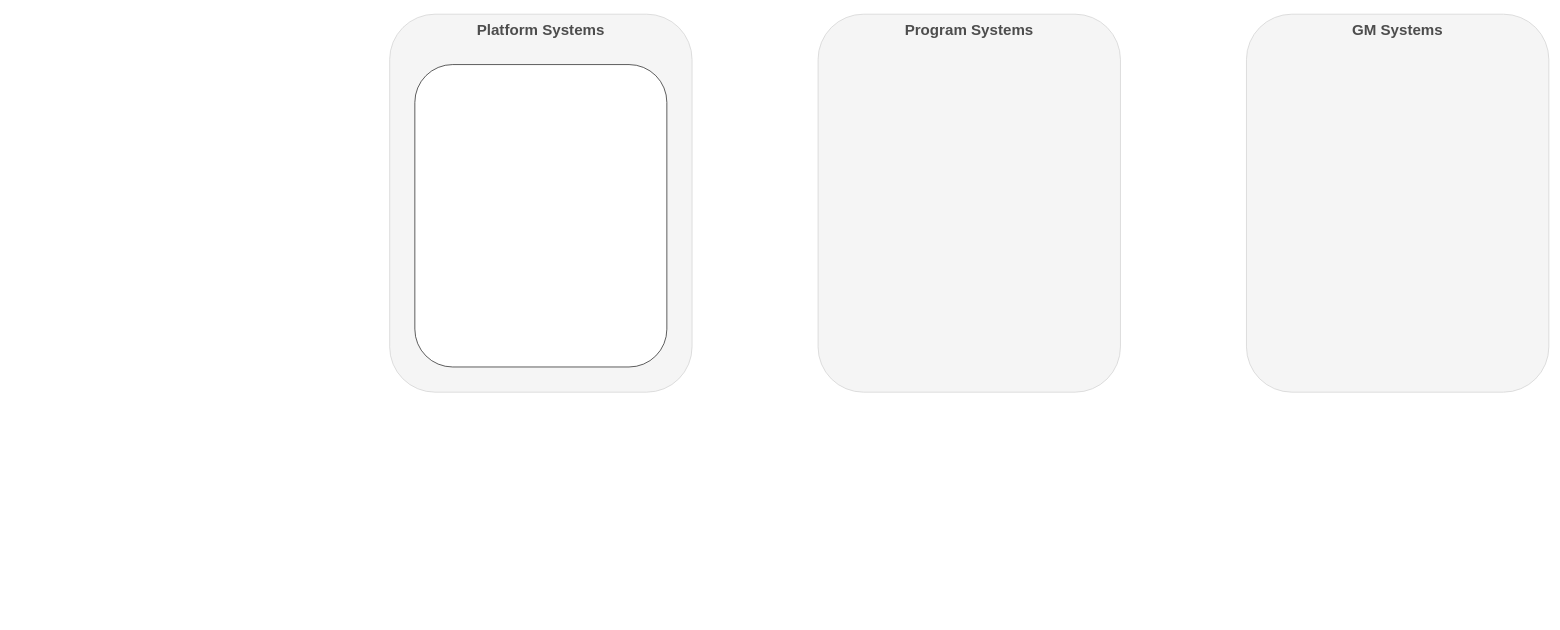
This is platform-iframe-hld.drawio from ssharifdev/draw.io, a draw.io file, before an edit. Source tidied: cells renumbered, new cells numbered last; positions are measured from the earlier drawing's top-left corner, leaving out a move shared by most shapes. Both pictures are drawn from the tidied source at 63%, with x=0, y=0 at pixel (389, 14).
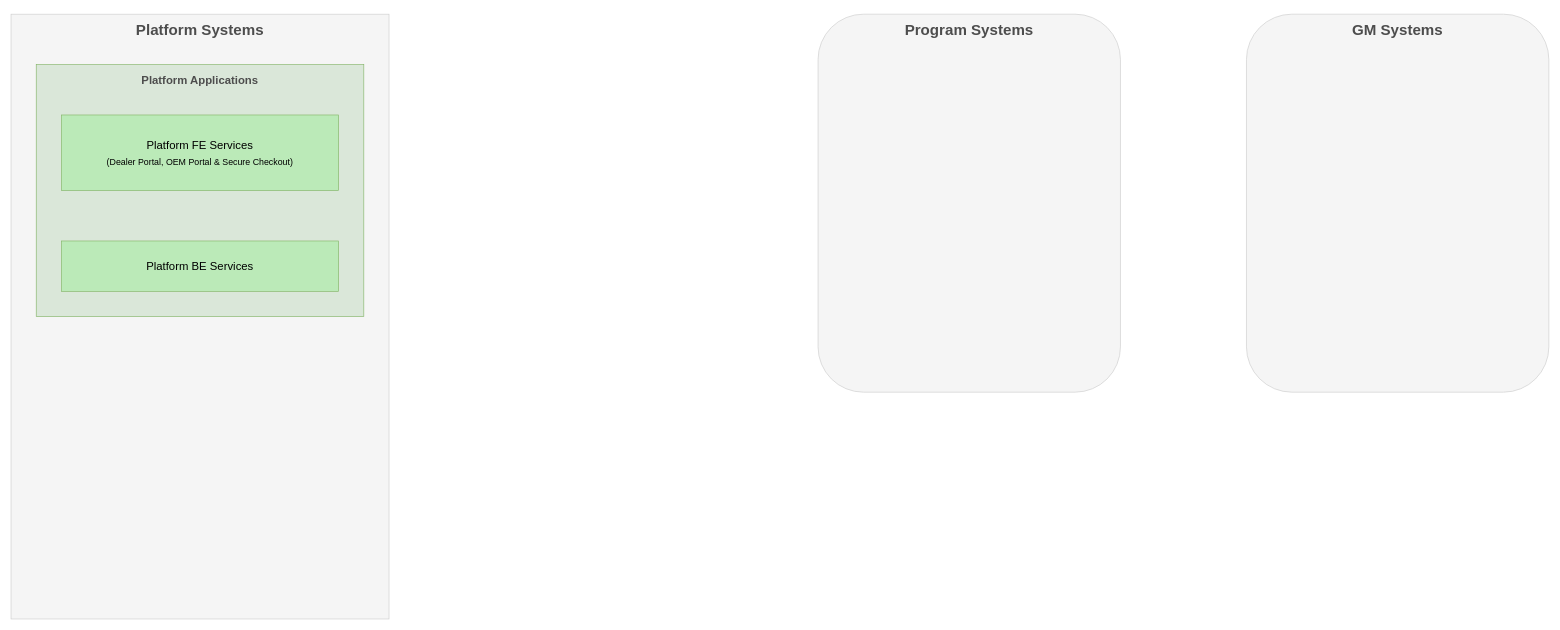
The same page after the edit.

Change to the diagram source:
```diff
@@
 <mxGraphModel>
   <root>
     <mxCell id="0" />
     <mxCell id="1" parent="0" />
-    <mxCell id="2" style="rounded=1;whiteSpace=wrap;html=1;fillColor=#f5f5f5;fontColor=#333333;strokeColor=#CCCCCC;" parent="1" vertex="1">
-      <mxGeometry width="480" height="600" as="geometry" />
+    <mxCell id="2" style="rounded=0;whiteSpace=wrap;html=1;fillColor=#f5f5f5;fontColor=#333333;strokeColor=#CCCCCC;" parent="1" vertex="1">
+      <mxGeometry x="-601" width="600" height="960" as="geometry" />
     </mxCell>
     <mxCell id="3" style="rounded=1;whiteSpace=wrap;html=1;fillColor=#f5f5f5;fontColor=#333333;strokeColor=#CCCCCC;" parent="1" vertex="1">
       <mxGeometry x="680" width="480" height="600" as="geometry" />
     </mxCell>
     <mxCell id="4" style="rounded=1;whiteSpace=wrap;html=1;fillColor=#f5f5f5;fontColor=#333333;strokeColor=#CCCCCC;" parent="1" vertex="1">
       <mxGeometry x="1360" width="480" height="600" as="geometry" />
     </mxCell>
     <mxCell id="5" value="&lt;h1&gt;&lt;b&gt;Platform Systems&lt;/b&gt;&lt;/h1&gt;" style="text;html=1;align=center;verticalAlign=middle;whiteSpace=wrap;rounded=0;fontColor=#4D4D4D;" parent="1" vertex="1">
-      <mxGeometry x="105" y="10" width="270" height="30" as="geometry" />
+      <mxGeometry x="-436" y="10" width="270" height="30" as="geometry" />
     </mxCell>
     <mxCell id="6" value="&lt;h1&gt;&lt;b&gt;Program Systems&lt;/b&gt;&lt;/h1&gt;" style="text;html=1;align=center;verticalAlign=middle;whiteSpace=wrap;rounded=0;fontColor=#4D4D4D;" parent="1" vertex="1">
       <mxGeometry x="785" y="10" width="270" height="30" as="geometry" />
     </mxCell>
     <mxCell id="7" value="&lt;h1&gt;&lt;b&gt;GM Systems&lt;/b&gt;&lt;/h1&gt;" style="text;html=1;align=center;verticalAlign=middle;whiteSpace=wrap;rounded=0;fontColor=#4D4D4D;" parent="1" vertex="1">
       <mxGeometry x="1465" y="10" width="270" height="30" as="geometry" />
     </mxCell>
-    <mxCell id="8" style="rounded=1;whiteSpace=wrap;html=1;" parent="1" vertex="1">
-      <mxGeometry x="40" y="80" width="400" height="480" as="geometry" />
+    <mxCell id="8" style="rounded=0;whiteSpace=wrap;html=1;fillColor=#DAE7D9;strokeColor=#82b366;fillStyle=auto;" parent="1" vertex="1">
+      <mxGeometry x="-561" y="80" width="520" height="400" as="geometry" />
     </mxCell>
+    <mxCell id="9" value="&lt;h2&gt;&lt;b&gt;Platform Applications&lt;/b&gt;&lt;/h2&gt;" style="text;html=1;align=center;verticalAlign=middle;whiteSpace=wrap;rounded=0;fontColor=#4D4D4D;" parent="1" vertex="1">
+      <mxGeometry x="-436" y="90" width="270" height="30" as="geometry" />
+    </mxCell>
+    <mxCell id="10" value="&lt;font style=&quot;line-height: 160%;&quot;&gt;&lt;font style=&quot;font-size: 18px; line-height: 160%;&quot;&gt;Platform FE Services&lt;/font&gt;&lt;br&gt;&lt;span style=&quot;font-size: 14px; line-height: 160%;&quot;&gt;(Dealer Portal, OEM Portal &amp;amp; Secure Checkout)&lt;/span&gt;&lt;/font&gt;" style="rounded=0;whiteSpace=wrap;html=1;fillColor=#BBEAB8;strokeColor=#82b366;" parent="1" vertex="1">
+      <mxGeometry x="-521" y="160" width="440" height="120" as="geometry" />
+    </mxCell>
+    <mxCell id="11" value="&lt;font style=&quot;line-height: 160%;&quot;&gt;&lt;font style=&quot;font-size: 18px; line-height: 160%;&quot;&gt;Platform BE Services&lt;/font&gt;&lt;br&gt;&lt;/font&gt;" style="rounded=0;whiteSpace=wrap;html=1;fillColor=#BBEAB8;strokeColor=#82b366;" parent="1" vertex="1">
+      <mxGeometry x="-521" y="360" width="440" height="80" as="geometry" />
+    </mxCell>
   </root>
 </mxGraphModel>
```
